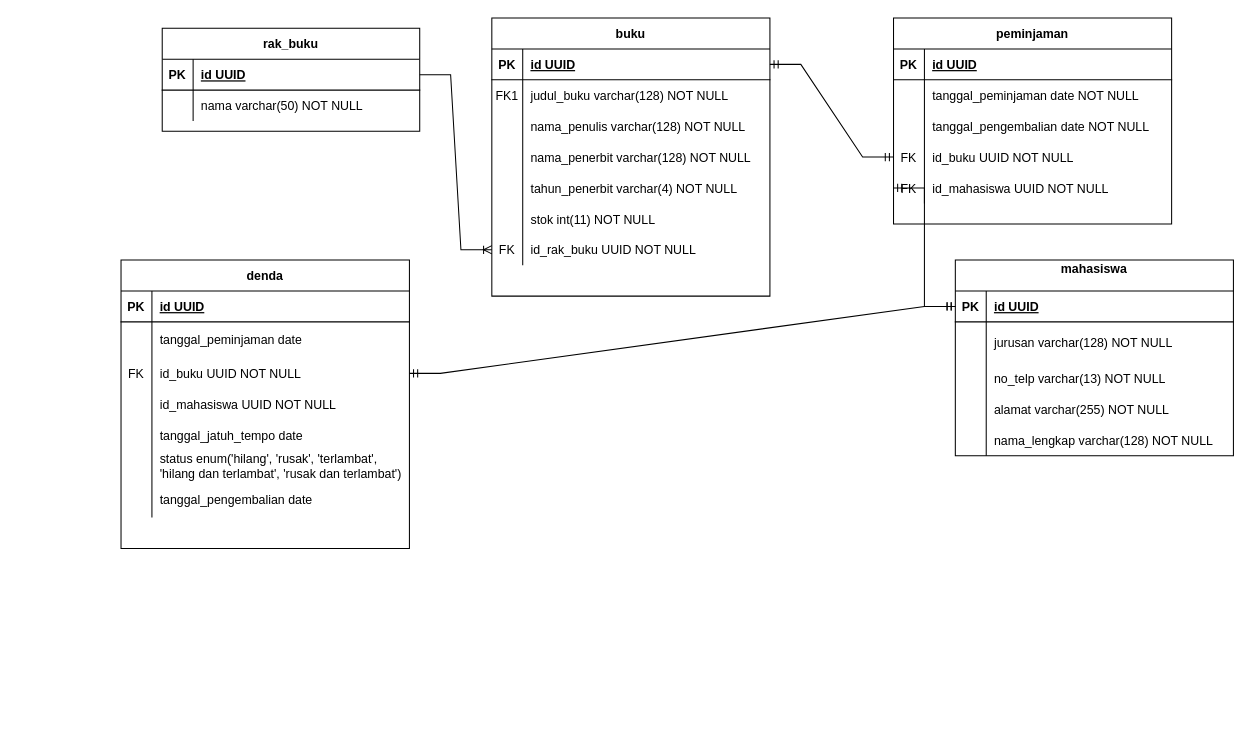
lukmanharun1/perpustakaan keeps this draw.io diagram as erd/perpustakaan.drawio. Above is the earlier version. Source tidied: cells renumbered, new cells numbered last; positions are measured from the earlier drawing's top-left corner, leaving out a move shared by most shapes. Both pictures are drawn from the tidied source at 103%, with x=0, y=0 at pixel (121, 18).
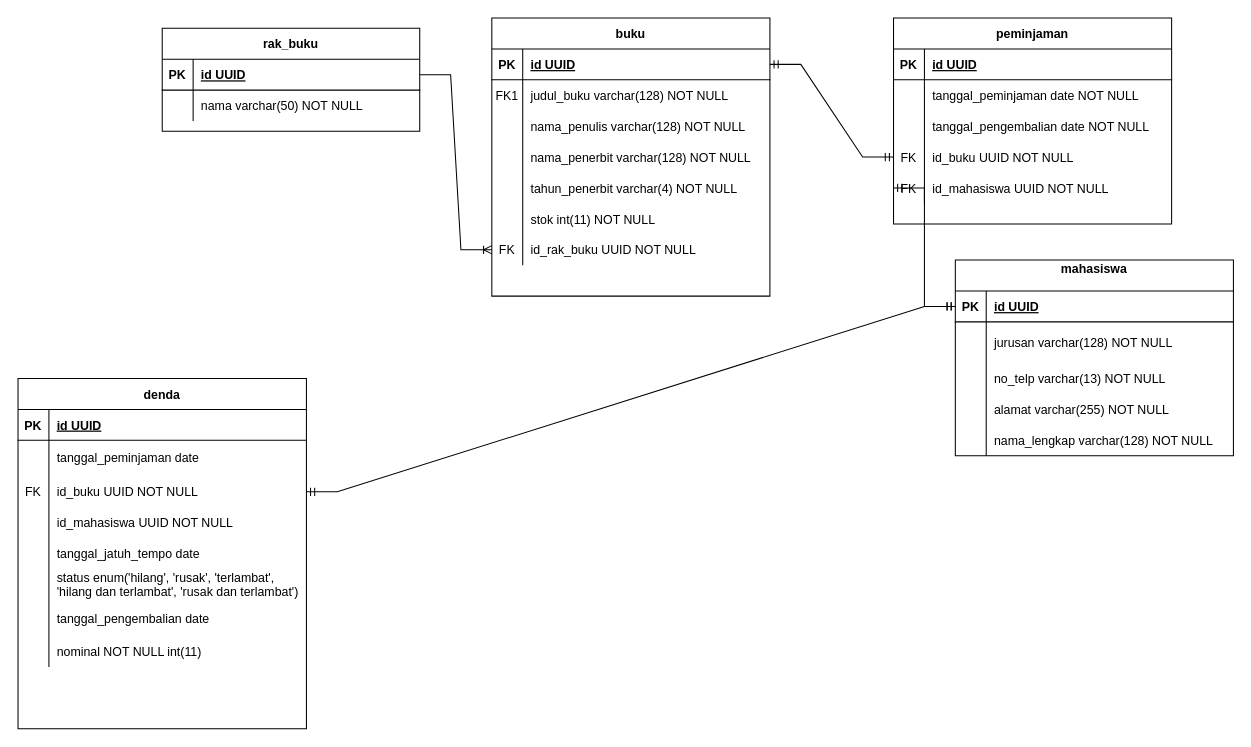
The same page after the edit.

Commit message (it also covers changes not shown here):
add field nominal (denda)

What changed in the source:
```diff
@@
     <mxCell id="64" value="denda" style="shape=table;startSize=30;childLayout=tableLayout;rowLines=0;fontStyle=1;align=center;" parent="1" vertex="1">
-      <mxGeometry y="235" width="280" height="280" as="geometry" />
+      <mxGeometry x="-100" y="350" width="280" height="340" as="geometry" />
     </mxCell>
@@
+    <mxCell id="89" style="shape=partialRectangle;fillColor=none;top=0;left=0;right=0;bottom=0;" parent="64" vertex="1">
+      <mxGeometry y="250" width="280" height="30" as="geometry" />
+    </mxCell>
+    <mxCell id="90" style="shape=partialRectangle;overflow=hidden;fillColor=none;top=0;left=0;bottom=0;right=0;" parent="89" vertex="1">
+      <mxGeometry width="30" height="30" as="geometry" />
+    </mxCell>
+    <mxCell id="91" value="nominal NOT NULL int(11)" style="shape=partialRectangle;overflow=hidden;fillColor=none;top=0;left=0;bottom=0;right=0;align=left;spacingLeft=6;" parent="89" vertex="1">
+      <mxGeometry x="30" width="250" height="30" as="geometry" />
+    </mxCell>
```
